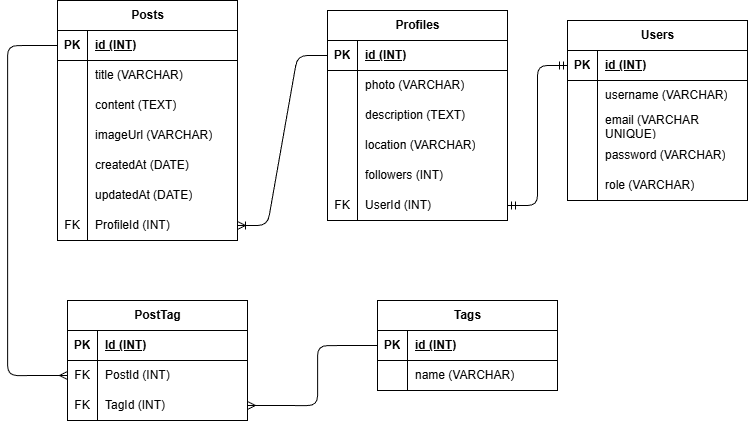
Earlier version of the draw.io export erd.drawio.png (fauzanr23/Pair-Project-Social-Media). Source tidied: cells renumbered, new cells last; positions are measured from the earlier drawing's top-left corner, leaving out a move shared by most shapes.
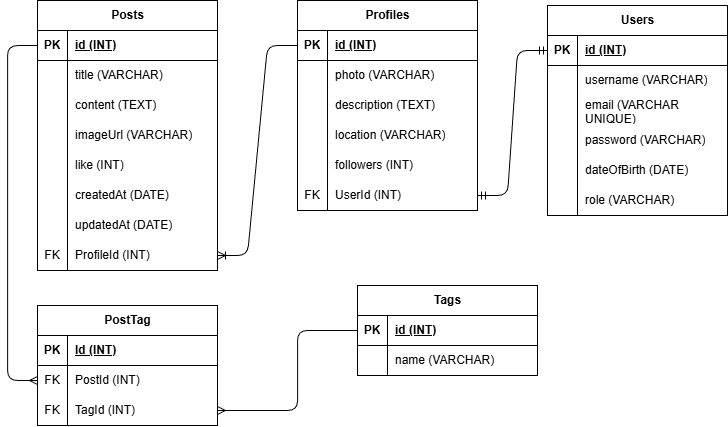
The same diagram one commit later.

The edit, as a diff of the source:
```diff
@@ -3,7 +3,7 @@
     <mxCell id="0" />
     <mxCell id="1" parent="0" />
     <mxCell id="2" value="Users" style="shape=table;startSize=30;rowLines=0;fontStyle=1;align=center;html=1;" parent="1" vertex="1">
-      <mxGeometry x="560" y="20" width="180" height="180" as="geometry" />
+      <mxGeometry x="560" y="20" width="180" height="210" as="geometry" />
     </mxCell>
     <mxCell id="3" style="shape=tableRow;horizontal=0;startSize=0;swimlaneHead=0;swimlaneBody=0;fillColor=none;points=[[0,0.5],[1,0.5]];portConstraint=eastwest;top=0;left=0;right=0;bottom=1;" parent="2" vertex="1">
       <mxGeometry y="30" width="180" height="30" as="geometry" />
@@ -41,8 +41,17 @@
     <mxCell id="14" value="password (VARCHAR)" style="shape=partialRectangle;fillColor=none;top=0;left=0;bottom=0;right=0;align=left;spacingLeft=6;overflow=hidden;whiteSpace=wrap;html=1;" parent="12" vertex="1">
       <mxGeometry x="30" width="150" height="30" as="geometry" />
     </mxCell>
+    <mxCell id="80" style="shape=tableRow;horizontal=0;startSize=0;swimlaneHead=0;swimlaneBody=0;fillColor=none;top=0;left=0;right=0;bottom=0;" parent="2" vertex="1">
+      <mxGeometry y="150" width="180" height="30" as="geometry" />
+    </mxCell>
+    <mxCell id="81" style="shape=partialRectangle;fillColor=none;top=0;left=0;bottom=0;right=0;overflow=hidden;whiteSpace=wrap;html=1;" parent="80" vertex="1">
+      <mxGeometry width="30" height="30" as="geometry" />
+    </mxCell>
+    <mxCell id="82" value="dateOfBirth (DATE)" style="shape=partialRectangle;fillColor=none;top=0;left=0;bottom=0;right=0;align=left;spacingLeft=6;overflow=hidden;whiteSpace=wrap;html=1;" parent="80" vertex="1">
+      <mxGeometry x="30" width="150" height="30" as="geometry" />
+    </mxCell>
     <mxCell id="15" style="shape=tableRow;horizontal=0;startSize=0;swimlaneHead=0;swimlaneBody=0;fillColor=none;top=0;left=0;right=0;bottom=0;" parent="2" vertex="1">
-      <mxGeometry y="150" width="180" height="30" as="geometry" />
+      <mxGeometry y="180" width="180" height="30" as="geometry" />
     </mxCell>
     <mxCell id="16" style="shape=partialRectangle;fillColor=none;top=0;left=0;bottom=0;right=0;overflow=hidden;whiteSpace=wrap;html=1;" parent="15" vertex="1">
       <mxGeometry width="30" height="30" as="geometry" />
@@ -51,7 +60,7 @@
       <mxGeometry x="30" width="150" height="30" as="geometry" />
     </mxCell>
     <mxCell id="18" value="Profiles" style="shape=table;startSize=30;rowLines=0;fontStyle=1;align=center;html=1;" parent="1" vertex="1">
-      <mxGeometry x="320" y="10" width="180" height="210" as="geometry" />
+      <mxGeometry x="310" y="15" width="180" height="210" as="geometry" />
     </mxCell>
     <mxCell id="19" style="shape=tableRow;horizontal=0;startSize=0;swimlaneHead=0;swimlaneBody=0;fillColor=none;points=[[0,0.5],[1,0.5]];portConstraint=eastwest;top=0;left=0;right=0;bottom=1;" parent="18" vertex="1">
       <mxGeometry y="30" width="180" height="30" as="geometry" />
@@ -89,13 +98,13 @@
     <mxCell id="30" value="location (VARCHAR)" style="shape=partialRectangle;fillColor=none;top=0;left=0;bottom=0;right=0;align=left;spacingLeft=6;overflow=hidden;whiteSpace=wrap;html=1;" parent="28" vertex="1">
       <mxGeometry x="30" width="150" height="30" as="geometry" />
     </mxCell>
-    <mxCell id="31" style="shape=tableRow;horizontal=0;startSize=0;swimlaneHead=0;swimlaneBody=0;fillColor=none;top=0;left=0;right=0;bottom=0;" parent="18" vertex="1">
-      <mxGeometry y="150" width="180" height="30" as="geometry" />
-    </mxCell>
-    <mxCell id="32" style="shape=partialRectangle;fillColor=none;top=0;left=0;bottom=0;right=0;overflow=hidden;whiteSpace=wrap;html=1;" parent="31" vertex="1">
-      <mxGeometry width="30" height="30" as="geometry" />
-    </mxCell>
+    <mxCell id="83" style="shape=tableRow;horizontal=0;startSize=0;swimlaneHead=0;swimlaneBody=0;fillColor=none;top=0;left=0;right=0;bottom=0;" parent="18" vertex="1">
+      <mxGeometry y="150" width="180" height="30" as="geometry" />
+    </mxCell>
+    <mxCell id="84" style="shape=partialRectangle;fillColor=none;top=0;left=0;bottom=0;right=0;overflow=hidden;whiteSpace=wrap;html=1;" parent="83" vertex="1">
+      <mxGeometry width="30" height="30" as="geometry" />
+    </mxCell>
-    <mxCell id="33" value="followers (INT)" style="shape=partialRectangle;fillColor=none;top=0;left=0;bottom=0;right=0;align=left;spacingLeft=6;overflow=hidden;whiteSpace=wrap;html=1;" parent="31" vertex="1">
+    <mxCell id="33" value="followers (INT)" style="shape=partialRectangle;fillColor=none;top=0;left=0;bottom=0;right=0;align=left;spacingLeft=6;overflow=hidden;whiteSpace=wrap;html=1;" parent="83" vertex="1">
       <mxGeometry x="30" width="150" height="30" as="geometry" />
     </mxCell>
     <mxCell id="34" style="shape=tableRow;horizontal=0;startSize=0;swimlaneHead=0;swimlaneBody=0;fillColor=none;points=[[0,0.5],[1,0.5]];portConstraint=eastwest;top=0;left=0;right=0;bottom=0;" parent="18" vertex="1">
@@ -107,11 +116,8 @@
     <mxCell id="36" value="UserId (INT)" style="shape=partialRectangle;fillColor=none;top=0;left=0;bottom=0;right=0;align=left;spacingLeft=6;overflow=hidden;whiteSpace=wrap;html=1;" parent="34" vertex="1">
       <mxGeometry x="30" width="150" height="30" as="geometry" />
     </mxCell>
-    <mxCell id="37" style="edgeStyle=entityRelationEdgeStyle;fontSize=12;html=1;endArrow=ERmandOne;startArrow=ERmandOne;entryX=1;entryY=0.5;entryDx=0;entryDy=0;exitX=0;exitY=0.5;exitDx=0;exitDy=0;" parent="1" edge="1" source="3" target="34">
-      <mxGeometry relative="1" as="geometry" />
-    </mxCell>
     <mxCell id="38" value="Posts" style="shape=table;startSize=30;rowLines=0;fontStyle=1;align=center;html=1;" parent="1" vertex="1">
-      <mxGeometry x="50" width="180" height="240" as="geometry" />
+      <mxGeometry x="50" y="15" width="180" height="270" as="geometry" />
     </mxCell>
     <mxCell id="39" style="shape=tableRow;horizontal=0;startSize=0;swimlaneHead=0;swimlaneBody=0;fillColor=none;points=[[0,0.5],[1,0.5]];portConstraint=eastwest;top=0;left=0;right=0;bottom=1;" parent="38" vertex="1">
       <mxGeometry y="30" width="180" height="30" as="geometry" />
@@ -149,8 +155,17 @@
     <mxCell id="50" value="imageUrl (VARCHAR)" style="shape=partialRectangle;fillColor=none;top=0;left=0;bottom=0;right=0;align=left;spacingLeft=6;overflow=hidden;whiteSpace=wrap;html=1;" parent="48" vertex="1">
       <mxGeometry x="30" width="150" height="30" as="geometry" />
     </mxCell>
+    <mxCell id="85" style="shape=tableRow;horizontal=0;startSize=0;swimlaneHead=0;swimlaneBody=0;fillColor=none;top=0;left=0;right=0;bottom=0;" parent="38" vertex="1">
+      <mxGeometry y="150" width="180" height="30" as="geometry" />
+    </mxCell>
+    <mxCell id="86" style="shape=partialRectangle;fillColor=none;top=0;left=0;bottom=0;right=0;overflow=hidden;whiteSpace=wrap;html=1;" parent="85" vertex="1">
+      <mxGeometry width="30" height="30" as="geometry" />
+    </mxCell>
+    <mxCell id="87" value="like (INT)" style="shape=partialRectangle;fillColor=none;top=0;left=0;bottom=0;right=0;align=left;spacingLeft=6;overflow=hidden;whiteSpace=wrap;html=1;" parent="85" vertex="1">
+      <mxGeometry x="30" width="150" height="30" as="geometry" />
+    </mxCell>
     <mxCell id="51" style="shape=tableRow;horizontal=0;startSize=0;swimlaneHead=0;swimlaneBody=0;fillColor=none;top=0;left=0;right=0;bottom=0;" parent="38" vertex="1">
-      <mxGeometry y="150" width="180" height="30" as="geometry" />
+      <mxGeometry y="180" width="180" height="30" as="geometry" />
     </mxCell>
     <mxCell id="52" style="shape=partialRectangle;fillColor=none;top=0;left=0;bottom=0;right=0;overflow=hidden;whiteSpace=wrap;html=1;" parent="51" vertex="1">
       <mxGeometry width="30" height="30" as="geometry" />
@@ -159,7 +174,7 @@
       <mxGeometry x="30" width="150" height="30" as="geometry" />
     </mxCell>
     <mxCell id="54" style="shape=tableRow;horizontal=0;startSize=0;swimlaneHead=0;swimlaneBody=0;fillColor=none;top=0;left=0;right=0;bottom=0;" parent="38" vertex="1">
-      <mxGeometry y="180" width="180" height="30" as="geometry" />
+      <mxGeometry y="210" width="180" height="30" as="geometry" />
     </mxCell>
     <mxCell id="55" style="shape=partialRectangle;fillColor=none;top=0;left=0;bottom=0;right=0;overflow=hidden;whiteSpace=wrap;html=1;" parent="54" vertex="1">
       <mxGeometry width="30" height="30" as="geometry" />
@@ -168,7 +183,7 @@
       <mxGeometry x="30" width="150" height="30" as="geometry" />
     </mxCell>
     <mxCell id="57" style="shape=tableRow;horizontal=0;startSize=0;swimlaneHead=0;swimlaneBody=0;fillColor=none;points=[[0,0.5],[1,0.5]];portConstraint=eastwest;top=0;left=0;right=0;bottom=0;" parent="38" vertex="1">
-      <mxGeometry y="210" width="180" height="30" as="geometry" />
+      <mxGeometry y="240" width="180" height="30" as="geometry" />
     </mxCell>
     <mxCell id="58" value="FK" style="shape=partialRectangle;fillColor=none;top=0;left=0;bottom=0;right=0;overflow=hidden;whiteSpace=wrap;html=1;" parent="57" vertex="1">
       <mxGeometry width="30" height="30" as="geometry" />
@@ -198,7 +213,7 @@
       <mxGeometry x="30" width="150" height="30" as="geometry" />
     </mxCell>
     <mxCell id="67" value="PostTag" style="shape=table;startSize=30;rowLines=0;fontStyle=1;align=center;html=1;" parent="1" vertex="1">
-      <mxGeometry x="60" y="300" width="180" height="120" as="geometry" />
+      <mxGeometry x="50" y="320" width="180" height="120" as="geometry" />
     </mxCell>
     <mxCell id="68" style="shape=tableRow;horizontal=0;startSize=0;swimlaneHead=0;swimlaneBody=0;fillColor=none;top=0;left=0;right=0;bottom=1;" parent="67" vertex="1">
       <mxGeometry y="30" width="180" height="30" as="geometry" />
@@ -231,20 +246,23 @@
       <mxGeometry relative="1" as="geometry">
         <Array as="points">
           <mxPoint x="310" y="345" />
-          <mxPoint x="310" y="405" />
+          <mxPoint x="310" y="425" />
         </Array>
       </mxGeometry>
     </mxCell>
     <mxCell id="78" style="edgeStyle=orthogonalEdgeStyle;fontSize=12;html=1;endArrow=ERmany;entryX=0;entryY=0.5;entryDx=0;entryDy=0;exitX=0;exitY=0.5;exitDx=0;exitDy=0;" parent="1" edge="1" source="39" target="71">
       <mxGeometry relative="1" as="geometry">
         <Array as="points">
-          <mxPoint y="45" />
-          <mxPoint y="375" />
+          <mxPoint x="20" y="60" />
+          <mxPoint x="20" y="395" />
         </Array>
       </mxGeometry>
     </mxCell>
-    <mxCell id="79" style="edgeStyle=entityRelationEdgeStyle;fontSize=12;html=1;endArrow=ERoneToMany;entryX=1;entryY=0.5;entryDx=0;entryDy=0;exitX=0;exitY=0.5;exitDx=0;exitDy=0;" parent="1" edge="1" source="19" target="57">
+    <mxCell id="79" style="edgeStyle=entityRelationEdgeStyle;fontSize=12;html=1;endArrow=ERoneToMany;exitX=0;exitY=0.5;exitDx=0;exitDy=0;entryX=1;entryY=0.5;entryDx=0;entryDy=0;" parent="1" edge="1" source="19" target="57">
       <mxGeometry relative="1" as="geometry" />
     </mxCell>
+    <mxCell id="37" style="edgeStyle=entityRelationEdgeStyle;fontSize=12;html=1;endArrow=ERmandOne;startArrow=ERmandOne;exitX=0;exitY=0.5;exitDx=0;exitDy=0;entryX=1;entryY=0.5;entryDx=0;entryDy=0;" parent="1" edge="1" source="3" target="34">
+      <mxGeometry relative="1" as="geometry" />
+    </mxCell>
   </root>
 </mxGraphModel>
```
